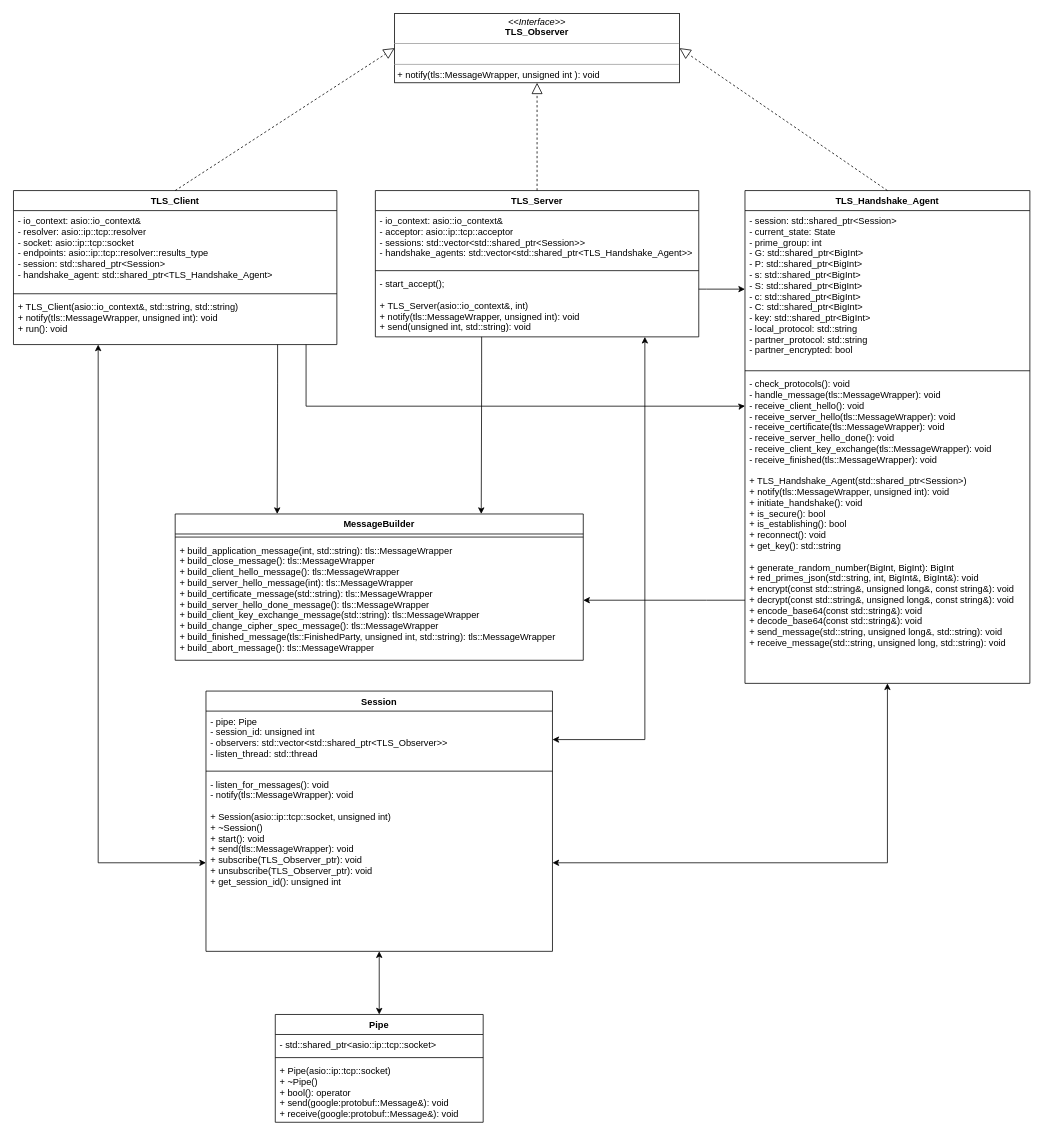
The draw.io diagram doc/img/UML/Classes.drawio in LeskovarLukas/Diffie-Hellman-IKE, before the edit. Source tidied: cells renumbered, new cells numbered last; positions are measured from the earlier drawing's top-left corner, leaving out a move shared by most shapes. Both pictures are drawn from the tidied source at 77%, with x=0, y=0 at pixel (13, 13).
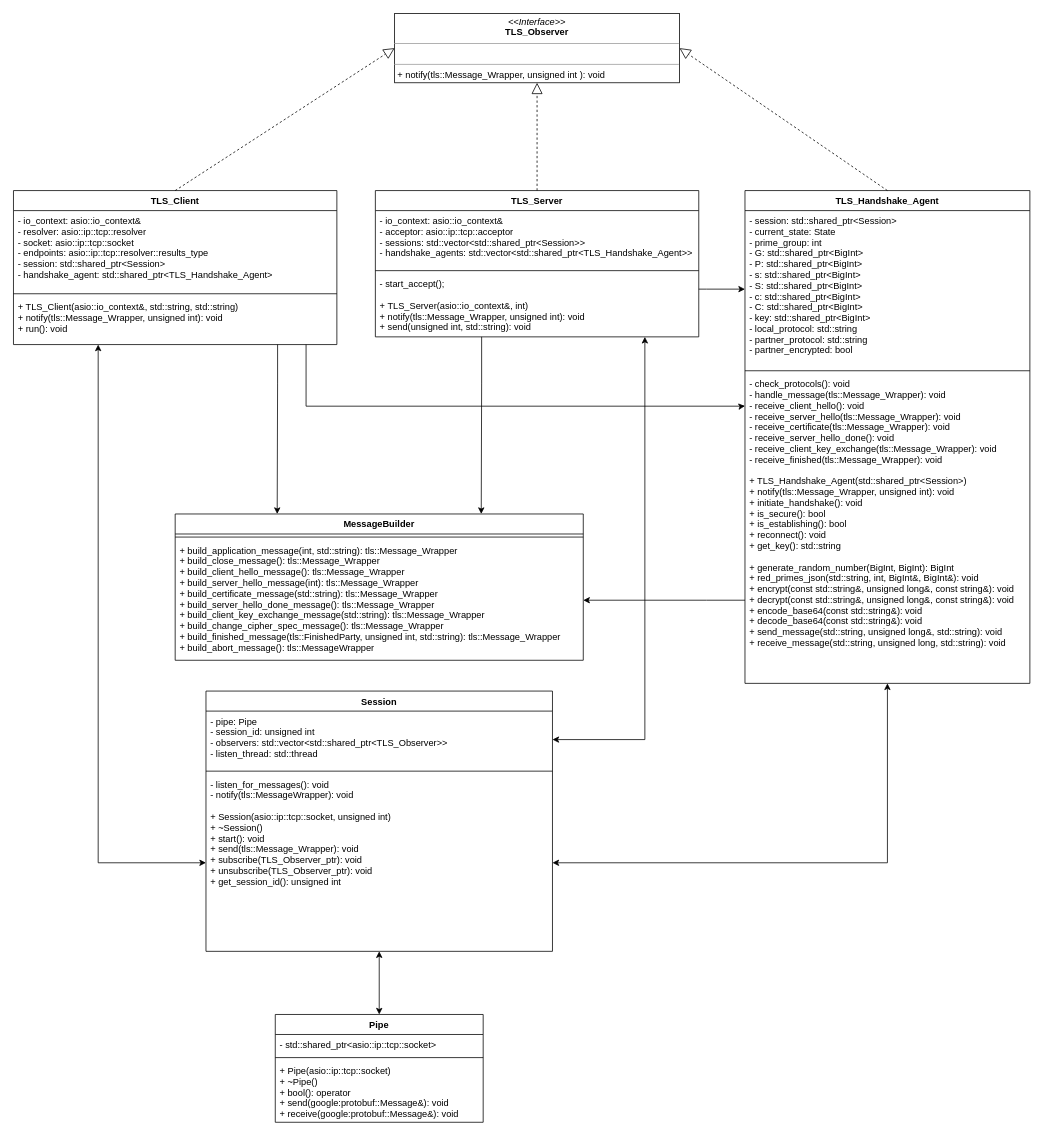
The same diagram, later.

The change refers to these unchanged cells:
```xml
<mxCell id="5" value="TLS_Handshake_Agent" style="swimlane;fontStyle=1;align=center;verticalAlign=top;horizontal=1;startSize=26;" parent="1" vertex="1">
  <mxGeometry x="950" y="230" width="370" height="640" as="geometry" />
</mxCell>
<mxCell id="10" value="Session" style="swimlane;fontStyle=1;align=center;verticalAlign=top;horizontal=1;startSize=26;" parent="1" vertex="1">
  <mxGeometry x="250" y="880" width="450" height="338" as="geometry" />
</mxCell>
<mxCell id="18" value="MessageBuilder" style="swimlane;fontStyle=1;align=center;verticalAlign=top;horizontal=1;startSize=26;" parent="1" vertex="1">
  <mxGeometry x="210" y="650" width="530" height="190" as="geometry" />
</mxCell>
<mxCell id="24" value="TLS_Server" style="swimlane;fontStyle=1;align=center;verticalAlign=top;horizontal=1;startSize=26;" parent="1" vertex="1">
  <mxGeometry x="470" y="230" width="420" height="190" as="geometry" />
</mxCell>
<mxCell id="31" value="TLS_Client" style="swimlane;fontStyle=1;align=center;verticalAlign=top;horizontal=1;startSize=26;" parent="1" vertex="1">
  <mxGeometry y="230" width="420" height="200" as="geometry" />
</mxCell>
```

The edit, as a diff of the source:
```diff
@@
-    <mxCell id="2" value="&lt;p style=&quot;margin: 0px ; margin-top: 4px ; text-align: center&quot;&gt;&lt;i&gt;&amp;lt;&amp;lt;Interface&amp;gt;&amp;gt;&lt;/i&gt;&lt;br&gt;&lt;b&gt;TLS_Observer&lt;/b&gt;&lt;/p&gt;&lt;hr size=&quot;1&quot;&gt;&lt;p style=&quot;margin: 0px ; margin-left: 4px&quot;&gt;&lt;br&gt;&lt;/p&gt;&lt;hr size=&quot;1&quot;&gt;&lt;p style=&quot;margin: 0px ; margin-left: 4px&quot;&gt;+ notify(tls::MessageWrapper,&amp;nbsp;unsigned int ): void&lt;br&gt;&lt;/p&gt;" style="verticalAlign=top;align=left;overflow=fill;fontSize=12;fontFamily=Helvetica;html=1;" parent="1" vertex="1">
+    <mxCell id="2" value="&lt;p style=&quot;margin: 0px ; margin-top: 4px ; text-align: center&quot;&gt;&lt;i&gt;&amp;lt;&amp;lt;Interface&amp;gt;&amp;gt;&lt;/i&gt;&lt;br&gt;&lt;b&gt;TLS_Observer&lt;/b&gt;&lt;/p&gt;&lt;hr size=&quot;1&quot;&gt;&lt;p style=&quot;margin: 0px ; margin-left: 4px&quot;&gt;&lt;br&gt;&lt;/p&gt;&lt;hr size=&quot;1&quot;&gt;&lt;p style=&quot;margin: 0px ; margin-left: 4px&quot;&gt;+ notify(tls::Message_Wrapper,&amp;nbsp;unsigned int ): void&lt;br&gt;&lt;/p&gt;" style="verticalAlign=top;align=left;overflow=fill;fontSize=12;fontFamily=Helvetica;html=1;" parent="1" vertex="1">
       <mxGeometry x="495" width="370" height="90" as="geometry" />
     </mxCell>
@@
-    <mxCell id="8" value="- check_protocols(): void&#10;- handle_message(tls::MessageWrapper): void&#10;- receive_client_hello(): void&#10;- receive_server_hello(tls::MessageWrapper): void&#10;- receive_certificate(tls::MessageWrapper): void&#10;- receive_server_hello_done(): void&#10;- receive_client_key_exchange(tls::MessageWrapper): void&#10;- receive_finished(tls::MessageWrapper): void&#10;&#10;+ TLS_Handshake_Agent(std::shared_ptr&lt;Session&gt;)&#10;+ notify(tls::MessageWrapper, unsigned int): void&#10;+ initiate_handshake(): void&#10;+ is_secure(): bool&#10;+ is_establishing(): bool&#10;+ reconnect(): void&#10;+ get_key(): std::string&#10;&#10;+ generate_random_number(BigInt, BigInt): BigInt&#10;+ red_primes_json(std::string, int, BigInt&amp;, BigInt&amp;): void&#10;+ encrypt(const std::string&amp;, unsigned long&amp;, const string&amp;): void&#10;+ decrypt(const std::string&amp;, unsigned long&amp;, const string&amp;): void&#10;+ encode_base64(const std::string&amp;): void&#10;+ decode_base64(const std::string&amp;): void&#10;+ send_message(std::string, unsigned long&amp;, std::string): void&#10;+ receive_message(std::string, unsigned long, std::string): void&#10;&#10;" style="text;strokeColor=none;fillColor=none;align=left;verticalAlign=top;spacingLeft=4;spacingRight=4;overflow=hidden;points=[[0,0.5],[1,0.5]];portConstraint=eastwest;fontStyle=0;" parent="5" vertex="1">
+    <mxCell id="8" value="- check_protocols(): void&#10;- handle_message(tls::Message_Wrapper): void&#10;- receive_client_hello(): void&#10;- receive_server_hello(tls::Message_Wrapper): void&#10;- receive_certificate(tls::Message_Wrapper): void&#10;- receive_server_hello_done(): void&#10;- receive_client_key_exchange(tls::Message_Wrapper): void&#10;- receive_finished(tls::Message_Wrapper): void&#10;&#10;+ TLS_Handshake_Agent(std::shared_ptr&lt;Session&gt;)&#10;+ notify(tls::Message_Wrapper, unsigned int): void&#10;+ initiate_handshake(): void&#10;+ is_secure(): bool&#10;+ is_establishing(): bool&#10;+ reconnect(): void&#10;+ get_key(): std::string&#10;&#10;+ generate_random_number(BigInt, BigInt): BigInt&#10;+ red_primes_json(std::string, int, BigInt&amp;, BigInt&amp;): void&#10;+ encrypt(const std::string&amp;, unsigned long&amp;, const string&amp;): void&#10;+ decrypt(const std::string&amp;, unsigned long&amp;, const string&amp;): void&#10;+ encode_base64(const std::string&amp;): void&#10;+ decode_base64(const std::string&amp;): void&#10;+ send_message(std::string, unsigned long&amp;, std::string): void&#10;+ receive_message(std::string, unsigned long, std::string): void&#10;&#10;" style="text;strokeColor=none;fillColor=none;align=left;verticalAlign=top;spacingLeft=4;spacingRight=4;overflow=hidden;points=[[0,0.5],[1,0.5]];portConstraint=eastwest;fontStyle=0;" parent="5" vertex="1">
       <mxGeometry y="238" width="370" height="402" as="geometry" />
     </mxCell>
@@
-    <mxCell id="13" value="- listen_for_messages(): void&#10;- notify(tls::MessageWrapper): void&#10;&#10;+ Session(asio::ip::tcp::socket, unsigned int)&#10;+ ~Session()&#10;+ start(): void&#10;+ send(tls::MessageWrapper): void&#10;+ subscribe(TLS_Observer_ptr): void&#10;+ unsubscribe(TLS_Observer_ptr): void&#10;+ get_session_id(): unsigned int" style="text;strokeColor=none;fillColor=none;align=left;verticalAlign=top;spacingLeft=4;spacingRight=4;overflow=hidden;points=[[0,0.5],[1,0.5]];portConstraint=eastwest;" parent="10" vertex="1">
+    <mxCell id="13" value="- listen_for_messages(): void&#10;- notify(tls::MessageWrapper): void&#10;&#10;+ Session(asio::ip::tcp::socket, unsigned int)&#10;+ ~Session()&#10;+ start(): void&#10;+ send(tls::Message_Wrapper): void&#10;+ subscribe(TLS_Observer_ptr): void&#10;+ unsubscribe(TLS_Observer_ptr): void&#10;+ get_session_id(): unsigned int" style="text;strokeColor=none;fillColor=none;align=left;verticalAlign=top;spacingLeft=4;spacingRight=4;overflow=hidden;points=[[0,0.5],[1,0.5]];portConstraint=eastwest;" parent="10" vertex="1">
       <mxGeometry y="108" width="450" height="230" as="geometry" />
     </mxCell>
@@
-    <mxCell id="20" value="+ build_application_message(int, std::string): tls::MessageWrapper&#10;+ build_close_message(): tls::MessageWrapper&#10;+ build_client_hello_message(): tls::MessageWrapper&#10;+ build_server_hello_message(int): tls::MessageWrapper&#10;+ build_certificate_message(std::string): tls::MessageWrapper&#10;+ build_server_hello_done_message(): tls::MessageWrapper&#10;+ build_client_key_exchange_message(std::string): tls::MessageWrapper&#10;+ build_change_cipher_spec_message(): tls::MessageWrapper&#10;+ build_finished_message(tls::FinishedParty, unsigned int, std::string): tls::MessageWrapper&#10;+ build_abort_message(): tls::MessageWrapper" style="text;strokeColor=none;fillColor=none;align=left;verticalAlign=top;spacingLeft=4;spacingRight=4;overflow=hidden;points=[[0,0.5],[1,0.5]];portConstraint=eastwest;" parent="18" vertex="1">
+    <mxCell id="20" value="+ build_application_message(int, std::string): tls::Message_Wrapper&#10;+ build_close_message(): tls::Message_Wrapper&#10;+ build_client_hello_message(): tls::Message_Wrapper&#10;+ build_server_hello_message(int): tls::Message_Wrapper&#10;+ build_certificate_message(std::string): tls::Message_Wrapper&#10;+ build_server_hello_done_message(): tls::Message_Wrapper&#10;+ build_client_key_exchange_message(std::string): tls::Message_Wrapper&#10;+ build_change_cipher_spec_message(): tls::Message_Wrapper&#10;+ build_finished_message(tls::FinishedParty, unsigned int, std::string): tls::Message_Wrapper&#10;+ build_abort_message(): tls::MessageWrapper" style="text;strokeColor=none;fillColor=none;align=left;verticalAlign=top;spacingLeft=4;spacingRight=4;overflow=hidden;points=[[0,0.5],[1,0.5]];portConstraint=eastwest;" parent="18" vertex="1">
       <mxGeometry y="34" width="530" height="156" as="geometry" />
     </mxCell>
@@
-    <mxCell id="27" value="- start_accept();&#10;&#10;+ TLS_Server(asio::io_context&amp;, int)&#10;+ notify(tls::MessageWrapper, unsigned int): void&#10;+ send(unsigned int, std::string): void" style="text;strokeColor=none;fillColor=none;align=left;verticalAlign=top;spacingLeft=4;spacingRight=4;overflow=hidden;" parent="24" vertex="1">
+    <mxCell id="27" value="- start_accept();&#10;&#10;+ TLS_Server(asio::io_context&amp;, int)&#10;+ notify(tls::Message_Wrapper, unsigned int): void&#10;+ send(unsigned int, std::string): void" style="text;strokeColor=none;fillColor=none;align=left;verticalAlign=top;spacingLeft=4;spacingRight=4;overflow=hidden;" parent="24" vertex="1">
       <mxGeometry y="108" width="420" height="82" as="geometry" />
     </mxCell>
@@
-    <mxCell id="34" value="+ TLS_Client(asio::io_context&amp;, std::string, std::string)&#10;+ notify(tls::MessageWrapper, unsigned int): void&#10;+ run(): void" style="text;strokeColor=none;fillColor=none;align=left;verticalAlign=top;spacingLeft=4;spacingRight=4;overflow=hidden;" parent="31" vertex="1">
+    <mxCell id="34" value="+ TLS_Client(asio::io_context&amp;, std::string, std::string)&#10;+ notify(tls::Message_Wrapper, unsigned int): void&#10;+ run(): void" style="text;strokeColor=none;fillColor=none;align=left;verticalAlign=top;spacingLeft=4;spacingRight=4;overflow=hidden;" parent="31" vertex="1">
       <mxGeometry y="138" width="420" height="62" as="geometry" />
     </mxCell>
```
